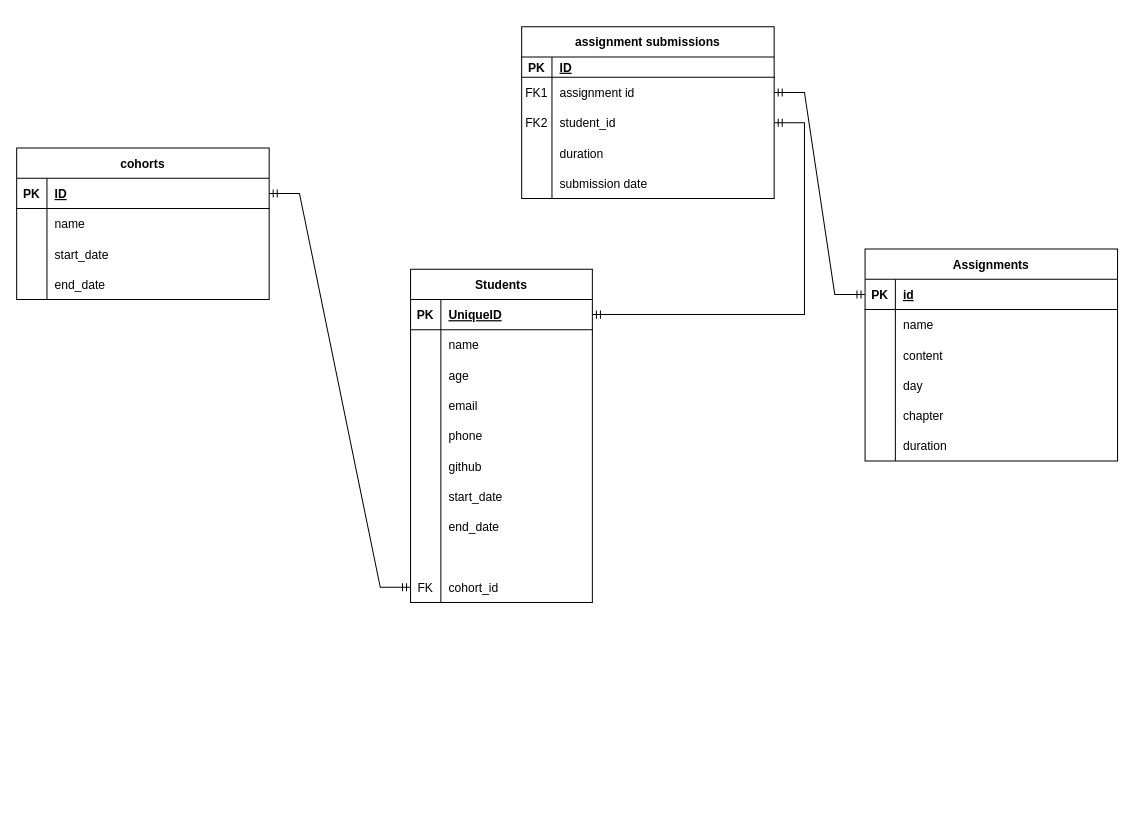
Before: Untitled Diagram.drawio in jkadman/SQL_diagrams, a draw.io diagram. Source tidied: cells renumbered, new cells numbered last; positions are measured from the earlier drawing's top-left corner, leaving out a move shared by most shapes. Both pictures are drawn from the tidied source at 101%, with x=0, y=0 at pixel (16, 26).
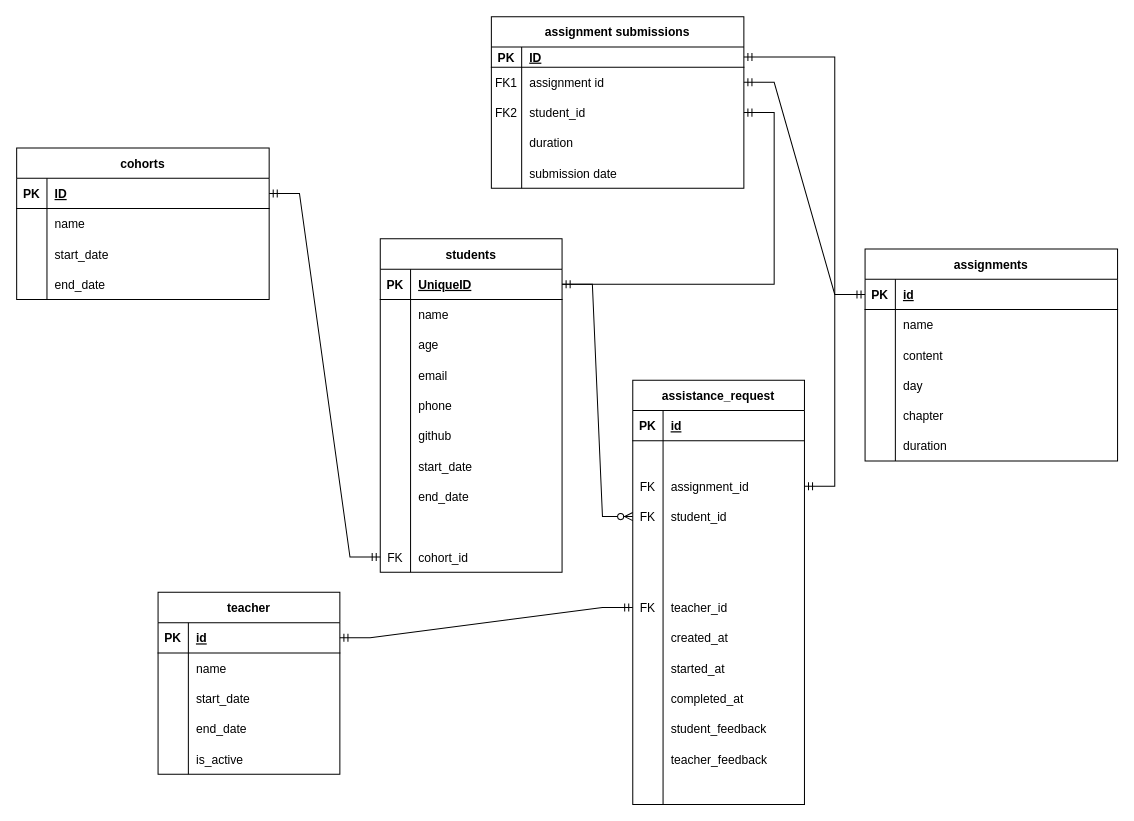
The same diagram, later.

The change refers to these unchanged cells:
```xml
<mxCell id="22" style="shape=partialRectangle;fillColor=none;points=[[0,0.5],[1,0.5]];portConstraint=eastwest;top=0;left=0;right=0;bottom=1;" parent="21" vertex="1">
  <mxGeometry y="30" width="250" height="20" as="geometry" />
</mxCell>
<mxCell id="51" style="shape=tableRow;horizontal=0;startSize=0;swimlaneHead=0;swimlaneBody=0;fillColor=none;points=[[0,0.5],[1,0.5]];portConstraint=eastwest;top=0;left=0;right=0;bottom=1;" parent="50" vertex="1">
  <mxGeometry y="30" width="180" height="30" as="geometry" />
</mxCell>
```

Diff of the diagram source:
```diff
@@
-    <mxCell id="2" value="Assignments" style="shape=table;startSize=30;childLayout=tableLayout;rowLines=0;fontStyle=1;align=center;" parent="1" vertex="1">
+    <mxCell id="2" value="assignments" style="shape=table;startSize=30;childLayout=tableLayout;rowLines=0;fontStyle=1;align=center;" parent="1" vertex="1">
       <mxGeometry x="840" y="220" width="250" height="210" as="geometry" />
     </mxCell>
@@
     <mxCell id="21" value="assignment submissions" style="shape=table;startSize=30;childLayout=tableLayout;rowLines=0;fontStyle=1;align=center;" parent="1" vertex="1">
-      <mxGeometry x="500" width="250" height="170" as="geometry" />
+      <mxGeometry x="470" y="-10" width="250" height="170" as="geometry" />
     </mxCell>
@@
-    <mxCell id="50" value="Students" style="shape=table;startSize=30;childLayout=tableLayout;rowLines=0;fontStyle=1;align=center;" parent="1" vertex="1">
-      <mxGeometry x="390" y="240" width="180" height="330" as="geometry" />
+    <mxCell id="50" value="students" style="shape=table;startSize=30;childLayout=tableLayout;rowLines=0;fontStyle=1;align=center;" parent="1" vertex="1">
+      <mxGeometry x="360" y="210" width="180" height="330" as="geometry" />
     </mxCell>
@@
+    <mxCell id="84" value="teacher" style="shape=table;startSize=30;childLayout=tableLayout;rowLines=0;fontStyle=1;align=center;" parent="1" vertex="1">
+      <mxGeometry x="140" y="560" width="180" height="180" as="geometry" />
+    </mxCell>
+    <mxCell id="85" style="shape=tableRow;horizontal=0;startSize=0;swimlaneHead=0;swimlaneBody=0;fillColor=none;points=[[0,0.5],[1,0.5]];portConstraint=eastwest;top=0;left=0;right=0;bottom=1;" parent="84" vertex="1">
+      <mxGeometry y="30" width="180" height="30" as="geometry" />
+    </mxCell>
+    <mxCell id="86" value="PK" style="shape=partialRectangle;fillColor=none;top=0;left=0;bottom=0;right=0;fontStyle=1;overflow=hidden;" parent="85" vertex="1">
+      <mxGeometry width="30" height="30" as="geometry" />
+    </mxCell>
+    <mxCell id="87" value="id" style="shape=partialRectangle;fillColor=none;top=0;left=0;bottom=0;right=0;align=left;spacingLeft=6;fontStyle=5;overflow=hidden;" parent="85" vertex="1">
+      <mxGeometry x="30" width="150" height="30" as="geometry" />
+    </mxCell>
+    <mxCell id="88" style="shape=tableRow;horizontal=0;startSize=0;swimlaneHead=0;swimlaneBody=0;fillColor=none;top=0;left=0;right=0;bottom=0;" parent="84" vertex="1">
+      <mxGeometry y="60" width="180" height="30" as="geometry" />
+    </mxCell>
+    <mxCell id="89" style="shape=partialRectangle;fillColor=none;top=0;left=0;bottom=0;right=0;overflow=hidden;" parent="88" vertex="1">
+      <mxGeometry width="30" height="30" as="geometry" />
+    </mxCell>
+    <mxCell id="90" value="name" style="shape=partialRectangle;fillColor=none;top=0;left=0;bottom=0;right=0;align=left;spacingLeft=6;overflow=hidden;" parent="88" vertex="1">
+      <mxGeometry x="30" width="150" height="30" as="geometry" />
+    </mxCell>
+    <mxCell id="91" style="shape=tableRow;horizontal=0;startSize=0;swimlaneHead=0;swimlaneBody=0;fillColor=none;top=0;left=0;right=0;bottom=0;" parent="84" vertex="1">
+      <mxGeometry y="90" width="180" height="30" as="geometry" />
+    </mxCell>
+    <mxCell id="92" style="shape=partialRectangle;fillColor=none;top=0;left=0;bottom=0;right=0;overflow=hidden;" parent="91" vertex="1">
+      <mxGeometry width="30" height="30" as="geometry" />
+    </mxCell>
+    <mxCell id="93" value="start_date" style="shape=partialRectangle;fillColor=none;top=0;left=0;bottom=0;right=0;align=left;spacingLeft=6;overflow=hidden;" parent="91" vertex="1">
+      <mxGeometry x="30" width="150" height="30" as="geometry" />
+    </mxCell>
+    <mxCell id="94" style="shape=tableRow;horizontal=0;startSize=0;swimlaneHead=0;swimlaneBody=0;fillColor=none;top=0;left=0;right=0;bottom=0;" parent="84" vertex="1">
+      <mxGeometry y="120" width="180" height="30" as="geometry" />
+    </mxCell>
+    <mxCell id="95" style="shape=partialRectangle;fillColor=none;top=0;left=0;bottom=0;right=0;overflow=hidden;" parent="94" vertex="1">
+      <mxGeometry width="30" height="30" as="geometry" />
+    </mxCell>
+    <mxCell id="96" value="end_date" style="shape=partialRectangle;fillColor=none;top=0;left=0;bottom=0;right=0;align=left;spacingLeft=6;overflow=hidden;" parent="94" vertex="1">
+      <mxGeometry x="30" width="150" height="30" as="geometry" />
+    </mxCell>
+    <mxCell id="97" style="shape=tableRow;horizontal=0;startSize=0;swimlaneHead=0;swimlaneBody=0;fillColor=none;top=0;left=0;right=0;bottom=0;" parent="84" vertex="1">
+      <mxGeometry y="150" width="180" height="30" as="geometry" />
+    </mxCell>
+    <mxCell id="98" style="shape=partialRectangle;fillColor=none;top=0;left=0;bottom=0;right=0;overflow=hidden;" parent="97" vertex="1">
+      <mxGeometry width="30" height="30" as="geometry" />
+    </mxCell>
+    <mxCell id="99" value="is_active" style="shape=partialRectangle;fillColor=none;top=0;left=0;bottom=0;right=0;align=left;spacingLeft=6;overflow=hidden;" parent="97" vertex="1">
+      <mxGeometry x="30" width="150" height="30" as="geometry" />
+    </mxCell>
+    <mxCell id="100" value="assistance_request" style="shape=table;startSize=30;childLayout=tableLayout;rowLines=0;fontStyle=1;align=center;" parent="1" vertex="1">
+      <mxGeometry x="610" y="350" width="170" height="420" as="geometry" />
+    </mxCell>
+    <mxCell id="101" style="shape=tableRow;horizontal=0;startSize=0;swimlaneHead=0;swimlaneBody=0;fillColor=none;top=0;left=0;right=0;bottom=1;" parent="100" vertex="1">
+      <mxGeometry y="30" width="170" height="30" as="geometry" />
+    </mxCell>
+    <mxCell id="102" value="PK" style="shape=partialRectangle;fillColor=none;top=0;left=0;bottom=0;right=0;fontStyle=1;overflow=hidden;" parent="101" vertex="1">
+      <mxGeometry width="30" height="30" as="geometry" />
+    </mxCell>
+    <mxCell id="103" value="id" style="shape=partialRectangle;fillColor=none;top=0;left=0;bottom=0;right=0;align=left;spacingLeft=6;fontStyle=5;overflow=hidden;" parent="101" vertex="1">
+      <mxGeometry x="30" width="140" height="30" as="geometry" />
+    </mxCell>
+    <mxCell id="104" style="shape=tableRow;horizontal=0;startSize=0;swimlaneHead=0;swimlaneBody=0;fillColor=none;top=0;left=0;right=0;bottom=0;" parent="100" vertex="1">
+      <mxGeometry y="60" width="170" height="30" as="geometry" />
+    </mxCell>
+    <mxCell id="105" style="shape=partialRectangle;fillColor=none;top=0;left=0;bottom=0;right=0;overflow=hidden;" parent="104" vertex="1">
+      <mxGeometry width="30" height="30" as="geometry" />
+    </mxCell>
+    <mxCell id="106" style="shape=partialRectangle;fillColor=none;top=0;left=0;bottom=0;right=0;align=left;spacingLeft=6;overflow=hidden;" parent="104" vertex="1">
+      <mxGeometry x="30" width="140" height="30" as="geometry" />
+    </mxCell>
+    <mxCell id="107" style="shape=tableRow;horizontal=0;startSize=0;swimlaneHead=0;swimlaneBody=0;fillColor=none;points=[[0,0.5],[1,0.5]];portConstraint=eastwest;top=0;left=0;right=0;bottom=0;" parent="100" vertex="1">
+      <mxGeometry y="90" width="170" height="30" as="geometry" />
+    </mxCell>
+    <mxCell id="108" value="FK" style="shape=partialRectangle;fillColor=none;top=0;left=0;bottom=0;right=0;fontStyle=0;overflow=hidden;" parent="107" vertex="1">
+      <mxGeometry width="30" height="30" as="geometry" />
+    </mxCell>
+    <mxCell id="109" value="assignment_id" style="shape=partialRectangle;fillColor=none;top=0;left=0;bottom=0;right=0;align=left;spacingLeft=6;fontStyle=0;overflow=hidden;" parent="107" vertex="1">
+      <mxGeometry x="30" width="140" height="30" as="geometry" />
+    </mxCell>
+    <mxCell id="110" style="shape=tableRow;horizontal=0;startSize=0;swimlaneHead=0;swimlaneBody=0;fillColor=none;points=[[0,0.5],[1,0.5]];portConstraint=eastwest;top=0;left=0;right=0;bottom=0;" parent="100" vertex="1">
+      <mxGeometry y="120" width="170" height="30" as="geometry" />
+    </mxCell>
+    <mxCell id="111" value="FK" style="shape=partialRectangle;fillColor=none;top=0;left=0;bottom=0;right=0;fontStyle=0;overflow=hidden;" parent="110" vertex="1">
+      <mxGeometry width="30" height="30" as="geometry" />
+    </mxCell>
+    <mxCell id="112" value="student_id" style="shape=partialRectangle;fillColor=none;top=0;left=0;bottom=0;right=0;align=left;spacingLeft=6;fontStyle=0;overflow=hidden;" parent="110" vertex="1">
+      <mxGeometry x="30" width="140" height="30" as="geometry" />
+    </mxCell>
+    <mxCell id="113" style="shape=tableRow;horizontal=0;startSize=0;swimlaneHead=0;swimlaneBody=0;fillColor=none;top=0;left=0;right=0;bottom=0;" parent="100" vertex="1">
+      <mxGeometry y="150" width="170" height="30" as="geometry" />
+    </mxCell>
+    <mxCell id="114" style="shape=partialRectangle;fillColor=none;top=0;left=0;bottom=0;right=0;overflow=hidden;" parent="113" vertex="1">
+      <mxGeometry width="30" height="30" as="geometry" />
+    </mxCell>
+    <mxCell id="115" style="shape=partialRectangle;fillColor=none;top=0;left=0;bottom=0;right=0;align=left;spacingLeft=6;overflow=hidden;" parent="113" vertex="1">
+      <mxGeometry x="30" width="140" height="30" as="geometry" />
+    </mxCell>
+    <mxCell id="116" style="shape=tableRow;horizontal=0;startSize=0;swimlaneHead=0;swimlaneBody=0;fillColor=none;top=0;left=0;right=0;bottom=0;" parent="100" vertex="1">
+      <mxGeometry y="180" width="170" height="30" as="geometry" />
+    </mxCell>
+    <mxCell id="117" style="shape=partialRectangle;fillColor=none;top=0;left=0;bottom=0;right=0;overflow=hidden;" parent="116" vertex="1">
+      <mxGeometry width="30" height="30" as="geometry" />
+    </mxCell>
+    <mxCell id="118" style="shape=partialRectangle;fillColor=none;top=0;left=0;bottom=0;right=0;align=left;spacingLeft=6;overflow=hidden;" parent="116" vertex="1">
+      <mxGeometry x="30" width="140" height="30" as="geometry" />
+    </mxCell>
+    <mxCell id="119" style="shape=tableRow;horizontal=0;startSize=0;swimlaneHead=0;swimlaneBody=0;fillColor=none;points=[[0,0.5],[1,0.5]];portConstraint=eastwest;top=0;left=0;right=0;bottom=0;" parent="100" vertex="1">
+      <mxGeometry y="210" width="170" height="30" as="geometry" />
+    </mxCell>
+    <mxCell id="120" value="FK" style="shape=partialRectangle;fillColor=none;top=0;left=0;bottom=0;right=0;fontStyle=0;overflow=hidden;" parent="119" vertex="1">
+      <mxGeometry width="30" height="30" as="geometry" />
+    </mxCell>
+    <mxCell id="121" value="teacher_id" style="shape=partialRectangle;fillColor=none;top=0;left=0;bottom=0;right=0;align=left;spacingLeft=6;fontStyle=0;overflow=hidden;" parent="119" vertex="1">
+      <mxGeometry x="30" width="140" height="30" as="geometry" />
+    </mxCell>
+    <mxCell id="122" style="shape=tableRow;horizontal=0;startSize=0;swimlaneHead=0;swimlaneBody=0;fillColor=none;top=0;left=0;right=0;bottom=0;" parent="100" vertex="1">
+      <mxGeometry y="240" width="170" height="30" as="geometry" />
+    </mxCell>
+    <mxCell id="123" style="shape=partialRectangle;fillColor=none;top=0;left=0;bottom=0;right=0;overflow=hidden;" parent="122" vertex="1">
+      <mxGeometry width="30" height="30" as="geometry" />
+    </mxCell>
+    <mxCell id="124" value="created_at" style="shape=partialRectangle;fillColor=none;top=0;left=0;bottom=0;right=0;align=left;spacingLeft=6;overflow=hidden;" parent="122" vertex="1">
+      <mxGeometry x="30" width="140" height="30" as="geometry" />
+    </mxCell>
+    <mxCell id="125" style="shape=tableRow;horizontal=0;startSize=0;swimlaneHead=0;swimlaneBody=0;fillColor=none;top=0;left=0;right=0;bottom=0;" parent="100" vertex="1">
+      <mxGeometry y="270" width="170" height="30" as="geometry" />
+    </mxCell>
+    <mxCell id="126" style="shape=partialRectangle;fillColor=none;top=0;left=0;bottom=0;right=0;overflow=hidden;" parent="125" vertex="1">
+      <mxGeometry width="30" height="30" as="geometry" />
+    </mxCell>
+    <mxCell id="127" value="started_at" style="shape=partialRectangle;fillColor=none;top=0;left=0;bottom=0;right=0;align=left;spacingLeft=6;overflow=hidden;" parent="125" vertex="1">
+      <mxGeometry x="30" width="140" height="30" as="geometry" />
+    </mxCell>
+    <mxCell id="128" style="shape=tableRow;horizontal=0;startSize=0;swimlaneHead=0;swimlaneBody=0;fillColor=none;top=0;left=0;right=0;bottom=0;" parent="100" vertex="1">
+      <mxGeometry y="300" width="170" height="30" as="geometry" />
+    </mxCell>
+    <mxCell id="129" style="shape=partialRectangle;fillColor=none;top=0;left=0;bottom=0;right=0;overflow=hidden;" parent="128" vertex="1">
+      <mxGeometry width="30" height="30" as="geometry" />
+    </mxCell>
+    <mxCell id="130" value="completed_at" style="shape=partialRectangle;fillColor=none;top=0;left=0;bottom=0;right=0;align=left;spacingLeft=6;overflow=hidden;" parent="128" vertex="1">
+      <mxGeometry x="30" width="140" height="30" as="geometry" />
+    </mxCell>
+    <mxCell id="131" style="shape=tableRow;horizontal=0;startSize=0;swimlaneHead=0;swimlaneBody=0;fillColor=none;top=0;left=0;right=0;bottom=0;" parent="100" vertex="1">
+      <mxGeometry y="330" width="170" height="30" as="geometry" />
+    </mxCell>
+    <mxCell id="132" style="shape=partialRectangle;fillColor=none;top=0;left=0;bottom=0;right=0;overflow=hidden;" parent="131" vertex="1">
+      <mxGeometry width="30" height="30" as="geometry" />
+    </mxCell>
+    <mxCell id="133" value="student_feedback" style="shape=partialRectangle;fillColor=none;top=0;left=0;bottom=0;right=0;align=left;spacingLeft=6;overflow=hidden;" parent="131" vertex="1">
+      <mxGeometry x="30" width="140" height="30" as="geometry" />
+    </mxCell>
+    <mxCell id="134" style="shape=tableRow;horizontal=0;startSize=0;swimlaneHead=0;swimlaneBody=0;fillColor=none;top=0;left=0;right=0;bottom=0;" parent="100" vertex="1">
+      <mxGeometry y="360" width="170" height="30" as="geometry" />
+    </mxCell>
+    <mxCell id="135" style="shape=partialRectangle;fillColor=none;top=0;left=0;bottom=0;right=0;overflow=hidden;" parent="134" vertex="1">
+      <mxGeometry width="30" height="30" as="geometry" />
+    </mxCell>
+    <mxCell id="136" value="teacher_feedback" style="shape=partialRectangle;fillColor=none;top=0;left=0;bottom=0;right=0;align=left;spacingLeft=6;overflow=hidden;" parent="134" vertex="1">
+      <mxGeometry x="30" width="140" height="30" as="geometry" />
+    </mxCell>
+    <mxCell id="137" style="shape=tableRow;horizontal=0;startSize=0;swimlaneHead=0;swimlaneBody=0;fillColor=none;top=0;left=0;right=0;bottom=0;" parent="100" vertex="1">
+      <mxGeometry y="390" width="170" height="30" as="geometry" />
+    </mxCell>
+    <mxCell id="138" style="shape=partialRectangle;fillColor=none;top=0;left=0;bottom=0;right=0;overflow=hidden;" parent="137" vertex="1">
+      <mxGeometry width="30" height="30" as="geometry" />
+    </mxCell>
+    <mxCell id="139" style="shape=partialRectangle;fillColor=none;top=0;left=0;bottom=0;right=0;align=left;spacingLeft=6;overflow=hidden;" parent="137" vertex="1">
+      <mxGeometry x="30" width="140" height="30" as="geometry" />
+    </mxCell>
+    <mxCell id="140" style="edgeStyle=entityRelationEdgeStyle;fontSize=12;html=1;endArrow=ERzeroToMany;endFill=1;rounded=0;" parent="1" edge="1" source="51" target="110">
+      <mxGeometry relative="1" as="geometry" />
+    </mxCell>
+    <mxCell id="141" style="edgeStyle=entityRelationEdgeStyle;fontSize=12;html=1;endArrow=ERmandOne;startArrow=ERmandOne;rounded=0;" parent="1" edge="1" source="85" target="119">
+      <mxGeometry relative="1" as="geometry" />
+    </mxCell>
+    <mxCell id="142" style="edgeStyle=entityRelationEdgeStyle;fontSize=12;html=1;endArrow=ERmandOne;startArrow=ERmandOne;rounded=0;" parent="1" edge="1" source="107" target="22">
+      <mxGeometry relative="1" as="geometry" />
+    </mxCell>
```
